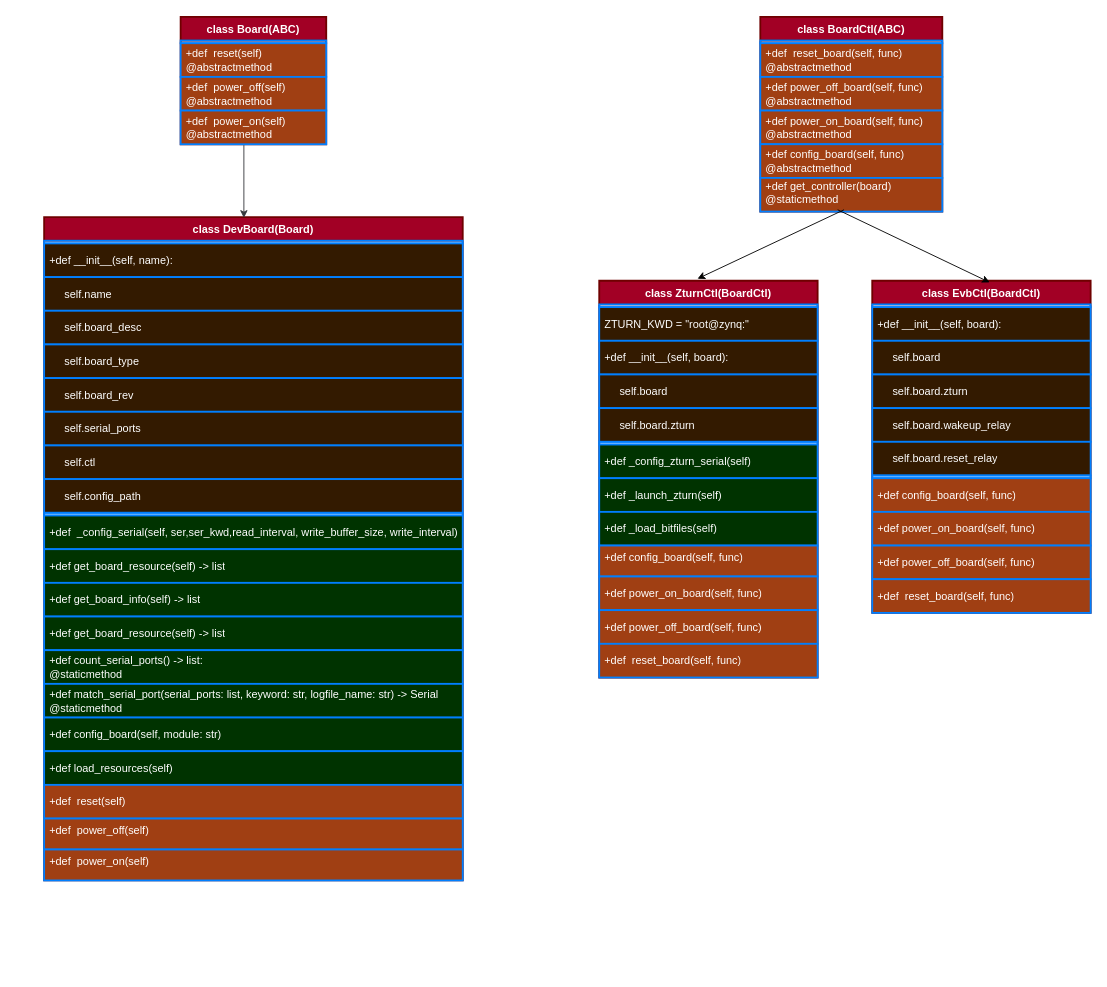
This is board.drawio from RuanZhen139/learngit, a draw.io file, before an edit. Source tidied: cells renumbered, new cells numbered last; positions are measured from the earlier drawing's top-left corner, leaving out a move shared by most shapes. Both pictures are drawn from the tidied source at 91%, with x=0, y=0 at pixel (44, 16).
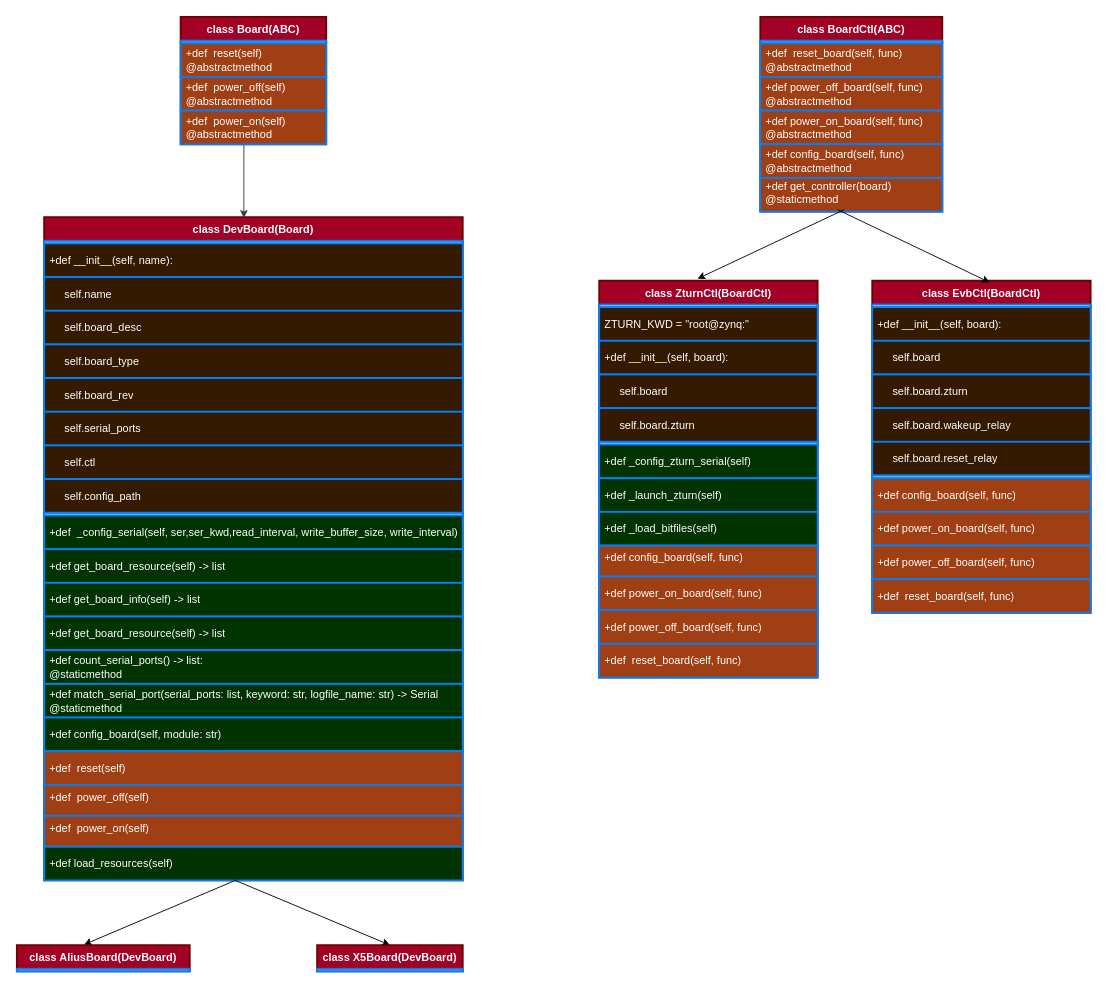
The same page after the edit.

Unchanged cells that the change refers to:
```xml
<mxCell id="7" value="class DevBoard(Board&lt;span style=&quot;background-color: initial;&quot;&gt;)&lt;/span&gt;" style="swimlane;fontStyle=1;align=center;verticalAlign=top;horizontal=1;startSize=26;whiteSpace=wrap;html=1;fillColor=#a20025;fontColor=#ffffff;strokeColor=#6F0000;strokeWidth=2;" parent="1" vertex="1">
  <mxGeometry y="220" width="460" height="729" as="geometry" />
</mxCell>
```

Diff of the diagram source:
```diff
@@
-    <mxCell id="25" value="+def load_resources(self)" style="text;strokeColor=#007FFF;fillColor=#003300;align=left;verticalAlign=middle;spacingLeft=4;spacingRight=4;overflow=hidden;whiteSpace=wrap;html=1;fontColor=#FFFFFF;strokeWidth=2;" parent="7" vertex="1">
-      <mxGeometry y="587" width="460" height="37" as="geometry" />
-    </mxCell>
     <mxCell id="26" value="&lt;div&gt;+def&amp;nbsp; reset(self)&lt;br&gt;&lt;/div&gt;" style="text;strokeColor=#007FFF;fillColor=#A03F13;align=left;verticalAlign=middle;spacingLeft=4;spacingRight=4;overflow=hidden;whiteSpace=wrap;html=1;fontColor=#FFFFFF;strokeWidth=2;" parent="7" vertex="1">
-      <mxGeometry y="624" width="460" height="37" as="geometry" />
+      <mxGeometry y="587" width="460" height="37" as="geometry" />
     </mxCell>
     <mxCell id="27" value="&lt;div&gt;+def&amp;nbsp;&amp;nbsp;power_off(self)&lt;br&gt;&lt;/div&gt;" style="text;strokeColor=#007FFF;fillColor=#A03F13;align=left;verticalAlign=top;spacingLeft=4;spacingRight=4;overflow=hidden;whiteSpace=wrap;html=1;fontColor=#FFFFFF;strokeWidth=2;" parent="7" vertex="1">
-      <mxGeometry y="661" width="460" height="34" as="geometry" />
+      <mxGeometry y="624" width="460" height="34" as="geometry" />
     </mxCell>
     <mxCell id="28" value="&lt;div&gt;+def&amp;nbsp;&amp;nbsp;power_on(self)&lt;br&gt;&lt;/div&gt;" style="text;strokeColor=#007FFF;fillColor=#A03F13;align=left;verticalAlign=top;spacingLeft=4;spacingRight=4;overflow=hidden;whiteSpace=wrap;html=1;fontColor=#FFFFFF;strokeWidth=2;" parent="7" vertex="1">
-      <mxGeometry y="695" width="460" height="34" as="geometry" />
+      <mxGeometry y="658" width="460" height="34" as="geometry" />
     </mxCell>
+    <mxCell id="25" value="+def load_resources(self)" style="text;strokeColor=#007FFF;fillColor=#003300;align=left;verticalAlign=middle;spacingLeft=4;spacingRight=4;overflow=hidden;whiteSpace=wrap;html=1;fontColor=#FFFFFF;strokeWidth=2;" parent="7" vertex="1">
+      <mxGeometry y="692" width="460" height="37" as="geometry" />
+    </mxCell>
@@
+    <mxCell id="65" style="endArrow=classic;html=1;rounded=0;entryX=0.388;entryY=-0.014;entryDx=0;entryDy=0;entryPerimeter=0;" parent="1" edge="1" target="67">
+      <mxGeometry relative="1" as="geometry">
+        <mxPoint x="210" y="949" as="sourcePoint" />
+      </mxGeometry>
+    </mxCell>
+    <mxCell id="66" style="endArrow=classic;html=1;rounded=0;entryX=0.5;entryY=0;entryDx=0;entryDy=0;" parent="1" edge="1" target="69">
+      <mxGeometry relative="1" as="geometry">
+        <mxPoint x="210" y="949" as="sourcePoint" />
+      </mxGeometry>
+    </mxCell>
+    <mxCell id="67" value="class AliusBoard(DevBoard)" style="swimlane;fontStyle=1;align=center;verticalAlign=top;horizontal=1;startSize=26;whiteSpace=wrap;html=1;fillColor=#a20025;fontColor=#ffffff;strokeColor=#6F0000;strokeWidth=2;" parent="1" vertex="1">
+      <mxGeometry x="-30" y="1020" width="190" height="29" as="geometry" />
+    </mxCell>
+    <mxCell id="68" style="text;strokeColor=#007FFF;fillColor=none;align=left;verticalAlign=top;spacingLeft=4;spacingRight=4;overflow=hidden;whiteSpace=wrap;html=1;strokeWidth=2;" parent="67" vertex="1">
+      <mxGeometry y="26" width="190" height="3" as="geometry" />
+    </mxCell>
+    <mxCell id="69" value="class X5Board(DevBoard)" style="swimlane;fontStyle=1;align=center;verticalAlign=top;horizontal=1;startSize=26;whiteSpace=wrap;html=1;fillColor=#a20025;fontColor=#ffffff;strokeColor=#6F0000;strokeWidth=2;" parent="1" vertex="1">
+      <mxGeometry x="300" y="1020" width="160" height="29" as="geometry" />
+    </mxCell>
+    <mxCell id="70" style="text;strokeColor=#007FFF;fillColor=none;align=left;verticalAlign=top;spacingLeft=4;spacingRight=4;overflow=hidden;whiteSpace=wrap;html=1;strokeWidth=2;" parent="69" vertex="1">
+      <mxGeometry y="26" width="160" height="3" as="geometry" />
+    </mxCell>
```
